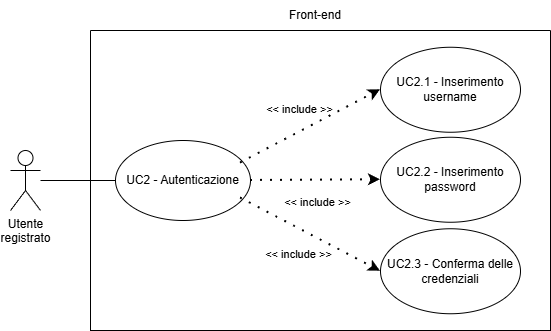
SkarabGroup/DocumentazioneProgetto keeps this draw.io diagram as assets/diagrams/UC2.png. Above is the earlier version. Source tidied: cells renumbered, new cells last; positions are measured from the earlier drawing's top-left corner, leaving out a move shared by most shapes.
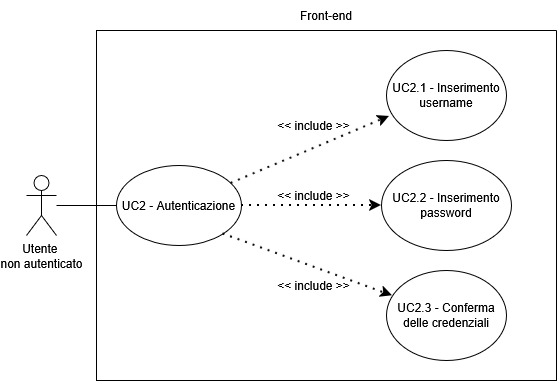
Later version of the same file.

What changed in the source:
```diff
@@ -2,54 +2,47 @@
   <root>
     <mxCell id="0" />
     <mxCell id="1" parent="0" />
-    <mxCell id="2" value="Utente&lt;div&gt;&lt;span style=&quot;background-color: transparent; color: light-dark(rgb(0, 0, 0), rgb(255, 255, 255));&quot;&gt;registrato&lt;/span&gt;&lt;/div&gt;" style="shape=umlActor;verticalLabelPosition=bottom;verticalAlign=top;html=1;outlineConnect=0;align=center;" parent="1" vertex="1">
-      <mxGeometry y="150" width="30" height="60" as="geometry" />
-    </mxCell>
-    <mxCell id="3" style="swimlane;startSize=0;" parent="1" vertex="1">
-      <mxGeometry x="80" y="30" width="460" height="300" as="geometry" />
-    </mxCell>
-    <mxCell id="4" style="ellipse;whiteSpace=wrap;html=1;" parent="3" vertex="1">
-      <mxGeometry x="25" y="110" width="135" height="80" as="geometry" />
-    </mxCell>
+    <mxCell id="17" value="&lt;div&gt;Utente&amp;nbsp;&lt;/div&gt;&lt;div&gt;non autenticato&lt;/div&gt;" style="shape=umlActor;verticalLabelPosition=bottom;verticalAlign=top;html=1;outlineConnect=0;" parent="1" vertex="1">
+      <mxGeometry x="15" y="175" width="30" height="60" as="geometry" />
+    </mxCell>
+    <mxCell id="18" style="swimlane;startSize=0;" parent="1" vertex="1">
+      <mxGeometry x="85" y="30" width="460" height="350" as="geometry" />
+    </mxCell>
-    <mxCell id="5" value="&lt;div style=&quot;&quot;&gt;&lt;span style=&quot;background-color: transparent; color: light-dark(rgb(0, 0, 0), rgb(255, 255, 255));&quot;&gt;UC2 - Autenticazione&lt;/span&gt;&lt;/div&gt;" style="text;html=1;align=center;verticalAlign=middle;whiteSpace=wrap;rounded=0;" parent="3" vertex="1">
-      <mxGeometry x="35" y="115" width="115" height="70" as="geometry" />
+    <mxCell id="5" value="&lt;div&gt;UC2 - Autenticazione&lt;/div&gt;" style="ellipse;whiteSpace=wrap;html=1;" parent="18" vertex="1">
+      <mxGeometry x="20" y="135" width="125" height="80" as="geometry" />
     </mxCell>
-    <mxCell id="6" style="ellipse;whiteSpace=wrap;html=1;" parent="3" vertex="1">
-      <mxGeometry x="290" y="16.8" width="140" height="85" as="geometry" />
-    </mxCell>
-    <mxCell id="7" value="UC2.1 - Inserimento username" style="text;html=1;align=center;verticalAlign=middle;whiteSpace=wrap;rounded=0;" parent="3" vertex="1">
-      <mxGeometry x="295" y="24.2" width="130" height="70" as="geometry" />
+    <mxCell id="7" value="UC2.1 - Inserimento username" style="ellipse;whiteSpace=wrap;html=1;" parent="18" vertex="1">
+      <mxGeometry x="290" y="20" width="120" height="90" as="geometry" />
     </mxCell>
-    <mxCell id="8" style="ellipse;whiteSpace=wrap;html=1;" parent="3" vertex="1">
-      <mxGeometry x="290" y="198.2" width="140" height="85" as="geometry" />
-    </mxCell>
+    <mxCell id="19" style="endArrow=classic;dashed=1;html=1;dashPattern=1 3;strokeWidth=2;rounded=0;entryX=0.025;entryY=0.733;entryDx=0;entryDy=0;strokeColor=default;curved=0;endFill=1;endSize=6;entryPerimeter=0;" parent="18" edge="1" source="5" target="7">
+      <mxGeometry relative="1" as="geometry" />
+    </mxCell>
+    <mxCell id="20" value="&amp;lt;&amp;lt; include &amp;gt;&amp;gt;" style="text;html=1;whiteSpace=wrap;strokeColor=none;fillColor=none;align=center;verticalAlign=middle;rounded=0;" parent="18" vertex="1">
+      <mxGeometry x="170" y="150" width="95" height="30" as="geometry" />
+    </mxCell>
+    <mxCell id="13" value="UC2.2 - Inserimento password" style="ellipse;whiteSpace=wrap;html=1;" parent="18" vertex="1">
+      <mxGeometry x="285" y="130" width="130" height="90" as="geometry" />
+    </mxCell>
+    <mxCell id="21" style="endArrow=classic;dashed=1;html=1;dashPattern=1 3;strokeWidth=2;rounded=0;entryX=0;entryY=0.5;entryDx=0;entryDy=0;exitX=1;exitY=0.5;exitDx=0;exitDy=0;strokeColor=default;curved=0;endFill=1;endSize=6;" parent="18" edge="1" source="5" target="13">
+      <mxGeometry relative="1" as="geometry" />
+    </mxCell>
+    <mxCell id="22" value="&amp;lt;&amp;lt; include &amp;gt;&amp;gt;" style="text;html=1;whiteSpace=wrap;strokeColor=none;fillColor=none;align=center;verticalAlign=middle;rounded=0;" parent="18" vertex="1">
+      <mxGeometry x="170" y="80" width="95" height="30" as="geometry" />
+    </mxCell>
-    <mxCell id="9" value="UC2.3 - Conferma delle credenziali" style="text;html=1;align=center;verticalAlign=middle;whiteSpace=wrap;rounded=0;" parent="3" vertex="1">
-      <mxGeometry x="295" y="205.8" width="130" height="70" as="geometry" />
+    <mxCell id="9" value="UC2.3 - Conferma delle credenziali" style="ellipse;whiteSpace=wrap;html=1;" parent="18" vertex="1">
+      <mxGeometry x="290" y="240" width="120" height="90" as="geometry" />
     </mxCell>
-    <mxCell id="10" value="&amp;lt;&amp;lt; include &amp;gt;&amp;gt;" style="endArrow=classic;startArrow=none;endFill=1;startFill=0;html=1;verticalAlign=bottom;dashed=1;labelBackgroundColor=none;rounded=0;dashPattern=1 4;curved=0;endSize=6;strokeWidth=2;exitX=1;exitY=0.75;exitDx=0;exitDy=0;entryX=0;entryY=0.5;entryDx=0;entryDy=0;" parent="3" edge="1" source="5" target="8">
-      <mxGeometry x="0.03" y="-32" relative="1" as="geometry">
-        <mxPoint y="-1" as="offset" />
-      </mxGeometry>
-    </mxCell>
-    <mxCell id="11" value="&amp;lt;&amp;lt; include &amp;gt;&amp;gt;" style="endArrow=classic;startArrow=none;endFill=1;startFill=0;html=1;verticalAlign=bottom;dashed=1;labelBackgroundColor=none;rounded=0;dashPattern=1 4;curved=0;endSize=6;strokeWidth=2;exitX=1;exitY=0.25;exitDx=0;exitDy=0;entryX=0;entryY=0.5;entryDx=0;entryDy=0;" parent="3" edge="1" source="5" target="6">
-      <mxGeometry x="-0.08" y="12" relative="1" as="geometry" />
-    </mxCell>
-    <mxCell id="12" style="ellipse;whiteSpace=wrap;html=1;" parent="3" vertex="1">
-      <mxGeometry x="290" y="106.8" width="140" height="85" as="geometry" />
-    </mxCell>
-    <mxCell id="13" value="UC2.2 - Inserimento password" style="text;html=1;align=center;verticalAlign=middle;whiteSpace=wrap;rounded=0;" parent="3" vertex="1">
-      <mxGeometry x="295" y="114.2" width="130" height="70" as="geometry" />
-    </mxCell>
-    <mxCell id="14" value="&amp;lt;&amp;lt; include &amp;gt;&amp;gt;" style="endArrow=classic;startArrow=none;endFill=1;startFill=0;html=1;verticalAlign=bottom;dashed=1;labelBackgroundColor=none;rounded=0;dashPattern=1 4;curved=0;endSize=6;strokeWidth=2;exitX=1;exitY=0.5;exitDx=0;exitDy=0;entryX=0;entryY=0.5;entryDx=0;entryDy=0;" parent="3" edge="1" source="4" target="12">
-      <mxGeometry x="0.03" y="-32" relative="1" as="geometry">
-        <mxPoint y="-1" as="offset" />
-      </mxGeometry>
-    </mxCell>
+    <mxCell id="23" style="endArrow=classic;dashed=1;html=1;dashPattern=1 3;strokeWidth=2;rounded=0;strokeColor=default;curved=0;endFill=1;endSize=6;exitX=1;exitY=1;exitDx=0;exitDy=0;" parent="18" edge="1" source="5" target="9">
+      <mxGeometry relative="1" as="geometry" />
+    </mxCell>
+    <mxCell id="24" value="&amp;lt;&amp;lt; include &amp;gt;&amp;gt;" style="text;html=1;whiteSpace=wrap;strokeColor=none;fillColor=none;align=center;verticalAlign=middle;rounded=0;" parent="18" vertex="1">
+      <mxGeometry x="170" y="240" width="95" height="30" as="geometry" />
+    </mxCell>
+    <mxCell id="25" style="endArrow=none;html=1;rounded=0;entryX=0;entryY=0.5;entryDx=0;entryDy=0;" parent="1" edge="1" source="17" target="5">
+      <mxGeometry relative="1" as="geometry" />
+    </mxCell>
-    <mxCell id="15" value="Front-end" style="text;html=1;align=center;verticalAlign=middle;whiteSpace=wrap;rounded=0;" parent="1" vertex="1">
-      <mxGeometry x="275" width="60" height="30" as="geometry" />
+    <mxCell id="15" value="Front-end" style="text;html=1;whiteSpace=wrap;strokeColor=none;fillColor=none;align=center;verticalAlign=middle;rounded=0;" parent="1" vertex="1">
+      <mxGeometry x="275" width="80" height="30" as="geometry" />
     </mxCell>
-    <mxCell id="16" style="endArrow=none;html=1;rounded=0;entryX=0;entryY=0.5;entryDx=0;entryDy=0;" parent="1" edge="1" source="2" target="4">
-      <mxGeometry relative="1" as="geometry" />
-    </mxCell>
   </root>
 </mxGraphModel>
```
